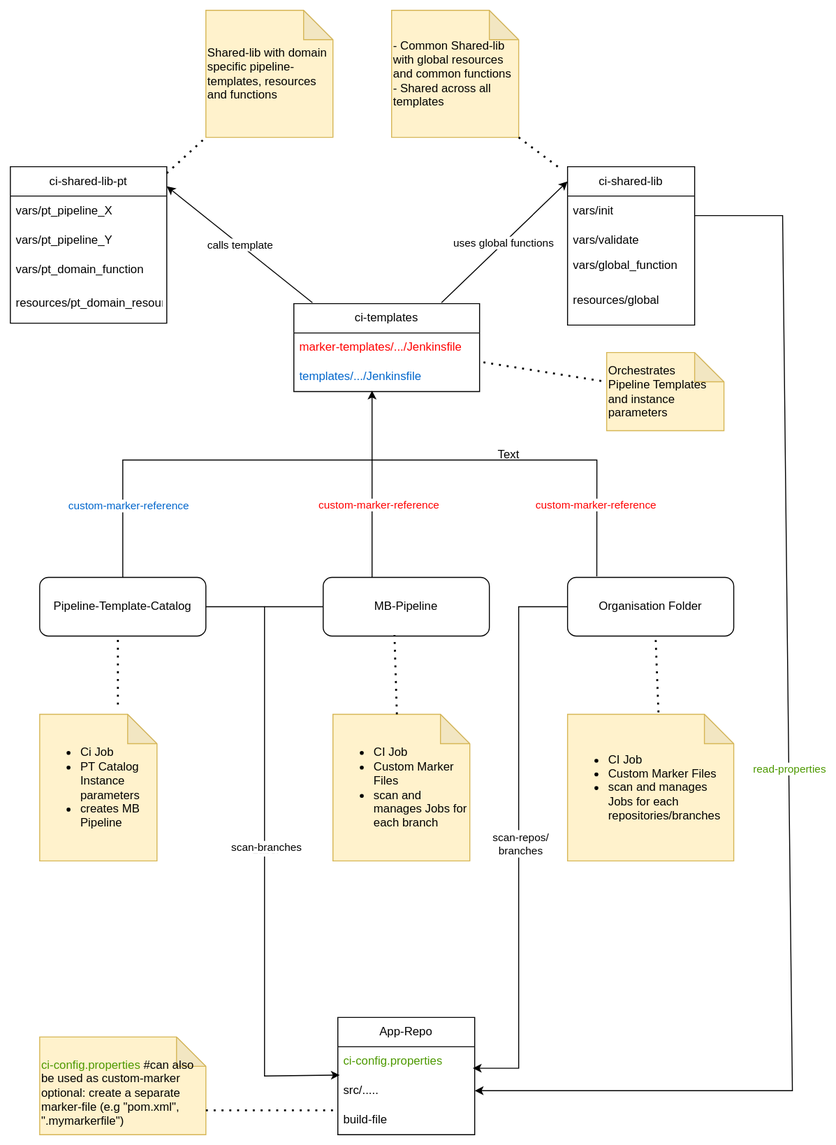
Above: images/CI-Component-diagram.svg in cb-ci-templates/ci-templates (draw.io), before the change. Source tidied: cells renumbered, new cells last; positions are measured from the earlier drawing's top-left corner, leaving out a move shared by most shapes.
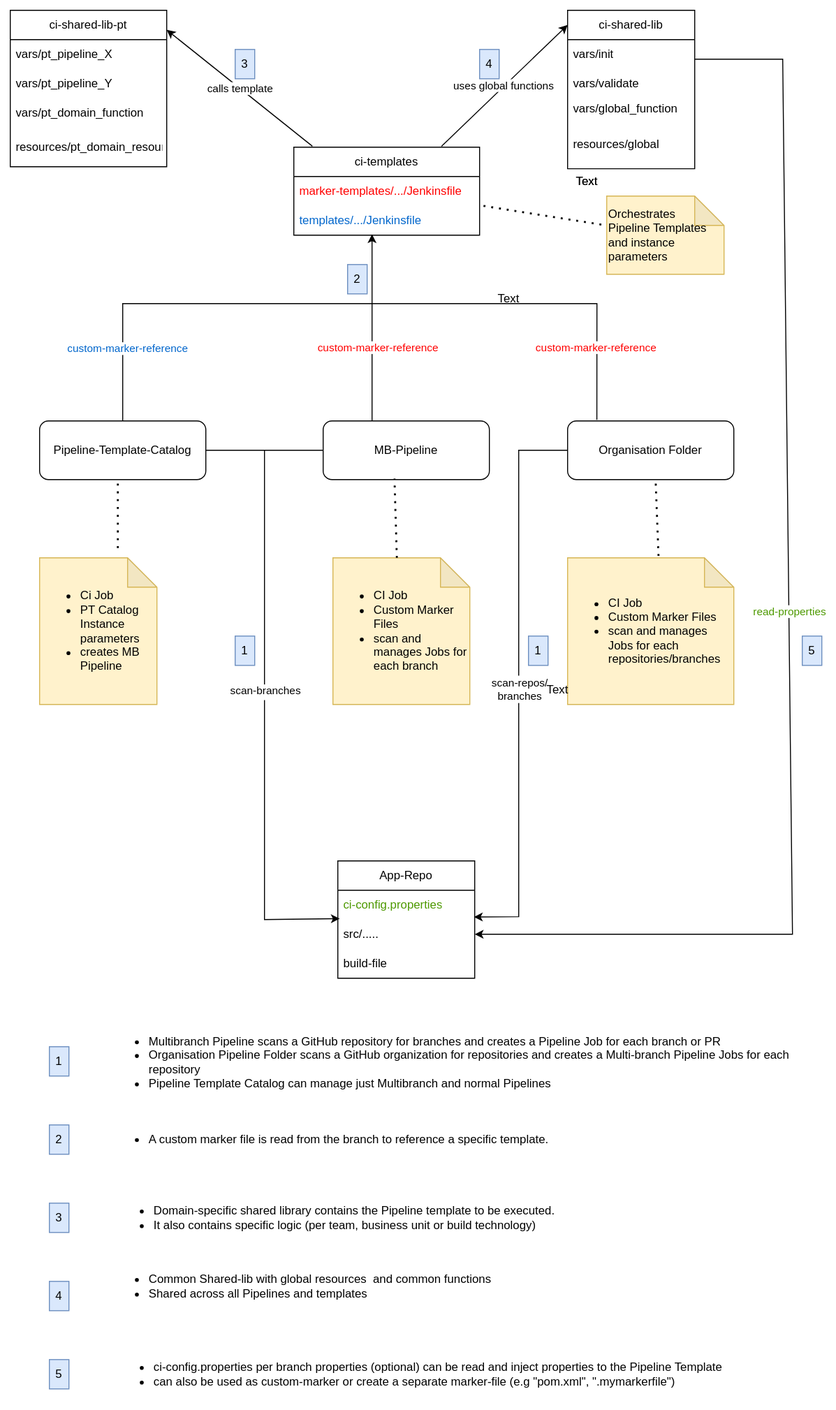
After the change.

Diff of the diagram source:
```diff
@@ -146,11 +146,11 @@
         <mxPoint x="320" y="610" as="targetPoint" />
       </mxGeometry>
     </mxCell>
-    <mxCell id="40" style="endArrow=classic;html=1;rounded=0;exitX=0;exitY=0.5;exitDx=0;exitDy=0;entryX=0.986;entryY=0.733;entryDx=0;entryDy=0;entryPerimeter=0;" parent="1" edge="1" source="4" target="31">
+    <mxCell id="40" style="endArrow=classic;html=1;rounded=0;exitX=0;exitY=0.5;exitDx=0;exitDy=0;entryX=0.994;entryY=-0.09;entryDx=0;entryDy=0;entryPerimeter=0;" parent="1" edge="1" source="4" target="32">
       <mxGeometry relative="1" as="geometry">
         <Array as="points">
           <mxPoint x="520" y="610" />
-          <mxPoint x="520" y="1082" />
+          <mxPoint x="520" y="1087" />
         </Array>
       </mxGeometry>
     </mxCell>
@@ -162,15 +162,6 @@
         <mxPoint y="11" as="offset" />
       </mxGeometry>
     </mxCell>
-    <mxCell id="43" value="&lt;br&gt;&lt;font color=&quot;#4d9900&quot;&gt;ci-config.properties&lt;/font&gt; #can also be used as custom-marker&amp;nbsp;&lt;br&gt;optional: create a separate marker-file (e.g &quot;pom.xml&quot;, &quot;.mymarkerfile&quot;)&amp;nbsp;" style="shape=note;whiteSpace=wrap;html=1;backgroundOutline=1;darkOpacity=0.05;align=left;fillColor=#fff2cc;strokeColor=#d6b656;" parent="1" vertex="1">
-      <mxGeometry x="30" y="1050" width="170" height="100" as="geometry" />
-    </mxCell>
-    <mxCell id="44" style="endArrow=none;dashed=1;html=1;dashPattern=1 3;strokeWidth=2;rounded=0;" parent="1" edge="1">
-      <mxGeometry relative="1" as="geometry">
-        <mxPoint x="200" y="1125" as="sourcePoint" />
-        <mxPoint x="330" y="1125" as="targetPoint" />
-      </mxGeometry>
-    </mxCell>
     <mxCell id="45" style="endArrow=none;html=1;rounded=0;exitX=0.5;exitY=0;exitDx=0;exitDy=0;" parent="1" edge="1" source="2">
       <mxGeometry relative="1" as="geometry">
         <mxPoint x="370" y="460" as="targetPoint" />
@@ -204,22 +195,65 @@
     <mxCell id="51" style="edgeStyle=orthogonalEdgeStyle;rounded=0;orthogonalLoop=1;jettySize=auto;html=1;exitX=0.5;exitY=1;exitDx=0;exitDy=0;exitPerimeter=0;" parent="1" edge="1" source="24" target="24">
       <mxGeometry relative="1" as="geometry" />
     </mxCell>
-    <mxCell id="52" value="Shared-lib with domain specific pipeline-templates, resources&amp;nbsp; and functions&amp;nbsp;" style="shape=note;whiteSpace=wrap;html=1;backgroundOutline=1;darkOpacity=0.05;align=left;fillColor=#fff2cc;strokeColor=#d6b656;" parent="1" vertex="1">
-      <mxGeometry x="200" width="130" height="130" as="geometry" />
-    </mxCell>
-    <mxCell id="53" value="- Common Shared-lib with global resources&amp;nbsp; and common functions&lt;div&gt;- Shared across all templates&amp;nbsp;&lt;/div&gt;" style="shape=note;whiteSpace=wrap;html=1;backgroundOutline=1;darkOpacity=0.05;align=left;fillColor=#fff2cc;strokeColor=#d6b656;" parent="1" vertex="1">
-      <mxGeometry x="390" width="130" height="130" as="geometry" />
-    </mxCell>
-    <mxCell id="54" style="endArrow=none;dashed=1;html=1;dashPattern=1 3;strokeWidth=2;rounded=0;entryX=0;entryY=1;entryDx=0;entryDy=0;entryPerimeter=0;" parent="1" edge="1" source="11" target="52">
-      <mxGeometry relative="1" as="geometry" />
-    </mxCell>
     <mxCell id="55" value="Text" style="text;html=1;align=center;verticalAlign=middle;whiteSpace=wrap;rounded=0;" parent="1" vertex="1">
       <mxGeometry x="480" y="440" width="60" height="30" as="geometry" />
     </mxCell>
-    <mxCell id="56" style="endArrow=none;dashed=1;html=1;dashPattern=1 3;strokeWidth=2;rounded=0;exitX=1;exitY=1;exitDx=0;exitDy=0;exitPerimeter=0;" parent="1" edge="1" source="53">
-      <mxGeometry relative="1" as="geometry">
-        <mxPoint x="560" y="160" as="targetPoint" />
-      </mxGeometry>
-    </mxCell>
+    <mxCell id="57" value="Text" style="text;html=1;align=center;verticalAlign=middle;whiteSpace=wrap;rounded=0;" parent="1" vertex="1">
+      <mxGeometry x="560" y="320" width="60" height="30" as="geometry" />
+    </mxCell>
+    <mxCell id="58" value="Text" style="text;html=1;align=center;verticalAlign=middle;whiteSpace=wrap;rounded=0;" parent="1" vertex="1">
+      <mxGeometry x="560" y="320" width="60" height="30" as="geometry" />
+    </mxCell>
+    <mxCell id="59" value="&lt;p&gt;1&lt;/p&gt;" style="text;html=1;align=center;verticalAlign=middle;whiteSpace=wrap;rounded=0;fillColor=#dae8fc;strokeColor=#6c8ebf;" parent="1" vertex="1">
+      <mxGeometry x="230" y="800" width="20" height="30" as="geometry" />
+    </mxCell>
+    <mxCell id="60" value="&lt;p&gt;2&lt;/p&gt;" style="text;html=1;align=center;verticalAlign=middle;whiteSpace=wrap;rounded=0;fillColor=#dae8fc;strokeColor=#6c8ebf;" parent="1" vertex="1">
+      <mxGeometry x="345" y="420" width="20" height="30" as="geometry" />
+    </mxCell>
+    <mxCell id="61" value="&lt;p&gt;3&lt;/p&gt;" style="text;html=1;align=center;verticalAlign=middle;whiteSpace=wrap;rounded=0;fillColor=#dae8fc;strokeColor=#6c8ebf;" parent="1" vertex="1">
+      <mxGeometry x="230" y="200" width="20" height="30" as="geometry" />
+    </mxCell>
+    <mxCell id="62" value="&lt;p&gt;4&lt;/p&gt;" style="text;html=1;align=center;verticalAlign=middle;whiteSpace=wrap;rounded=0;fillColor=#dae8fc;strokeColor=#6c8ebf;" parent="1" vertex="1">
+      <mxGeometry x="480" y="200" width="20" height="30" as="geometry" />
+    </mxCell>
+    <mxCell id="63" value="&lt;p&gt;1&lt;/p&gt;" style="text;html=1;align=center;verticalAlign=middle;whiteSpace=wrap;rounded=0;fillColor=#dae8fc;strokeColor=#6c8ebf;" parent="1" vertex="1">
+      <mxGeometry x="530" y="800" width="20" height="30" as="geometry" />
+    </mxCell>
+    <mxCell id="64" value="&lt;p&gt;5&lt;/p&gt;" style="text;html=1;align=center;verticalAlign=middle;whiteSpace=wrap;rounded=0;fillColor=#dae8fc;strokeColor=#6c8ebf;" parent="1" vertex="1">
+      <mxGeometry x="810" y="800" width="20" height="30" as="geometry" />
+    </mxCell>
+    <mxCell id="65" value="&lt;p&gt;1&lt;/p&gt;" style="text;html=1;align=center;verticalAlign=middle;whiteSpace=wrap;rounded=0;fillColor=#dae8fc;strokeColor=#6c8ebf;" parent="1" vertex="1">
+      <mxGeometry x="40" y="1220" width="20" height="30" as="geometry" />
+    </mxCell>
+    <mxCell id="66" value="&lt;p&gt;2&lt;/p&gt;" style="text;html=1;align=center;verticalAlign=middle;whiteSpace=wrap;rounded=0;fillColor=#dae8fc;strokeColor=#6c8ebf;" parent="1" vertex="1">
+      <mxGeometry x="40" y="1300" width="20" height="30" as="geometry" />
+    </mxCell>
+    <mxCell id="67" value="&lt;p&gt;3&lt;/p&gt;" style="text;html=1;align=center;verticalAlign=middle;whiteSpace=wrap;rounded=0;fillColor=#dae8fc;strokeColor=#6c8ebf;" parent="1" vertex="1">
+      <mxGeometry x="40" y="1380" width="20" height="30" as="geometry" />
+    </mxCell>
+    <mxCell id="68" value="&lt;p&gt;4&lt;/p&gt;" style="text;html=1;align=center;verticalAlign=middle;whiteSpace=wrap;rounded=0;fillColor=#dae8fc;strokeColor=#6c8ebf;" parent="1" vertex="1">
+      <mxGeometry x="40" y="1460" width="20" height="30" as="geometry" />
+    </mxCell>
+    <mxCell id="69" value="Text" style="text;html=1;align=center;verticalAlign=middle;whiteSpace=wrap;rounded=0;" parent="1" vertex="1">
+      <mxGeometry x="530" y="840" width="60" height="30" as="geometry" />
+    </mxCell>
+    <mxCell id="70" value="&lt;ul&gt;&lt;li&gt;Multibranch Pipeline scans a GitHub repository for branches and creates a Pipeline Job for each branch or PR&lt;/li&gt;&lt;li&gt;Organisation Pipeline Folder scans a GitHub organization for repositories and creates a Multi-branch Pipeline Jobs for each repository&lt;/li&gt;&lt;li&gt;Pipeline Template Catalog can manage just Multibranch and normal Pipelines&amp;nbsp;&lt;/li&gt;&lt;/ul&gt;" style="text;html=1;align=left;verticalAlign=middle;whiteSpace=wrap;rounded=0;" parent="1" vertex="1">
+      <mxGeometry x="100" y="1221" width="700" height="30" as="geometry" />
+    </mxCell>
+    <mxCell id="71" value="&lt;ul&gt;&lt;li&gt;A custom marker file is read from the branch to reference a specific template.&lt;/li&gt;&lt;/ul&gt;" style="text;html=1;align=left;verticalAlign=middle;whiteSpace=wrap;rounded=0;" parent="1" vertex="1">
+      <mxGeometry x="100" y="1300" width="700" height="30" as="geometry" />
+    </mxCell>
+    <mxCell id="72" value="&lt;ul&gt;&lt;li&gt;Domain-specific shared library contains the Pipeline template to be executed.&amp;nbsp;&lt;/li&gt;&lt;li&gt;It also contains specific logic (per team, business unit or build technology)&amp;nbsp;&lt;/li&gt;&lt;/ul&gt;" style="text;html=1;align=left;verticalAlign=middle;whiteSpace=wrap;rounded=0;" parent="1" vertex="1">
+      <mxGeometry x="105" y="1380" width="700" height="30" as="geometry" />
+    </mxCell>
+    <mxCell id="73" value="&lt;p&gt;5&lt;/p&gt;" style="text;html=1;align=center;verticalAlign=middle;whiteSpace=wrap;rounded=0;fillColor=#dae8fc;strokeColor=#6c8ebf;" parent="1" vertex="1">
+      <mxGeometry x="40" y="1540" width="20" height="30" as="geometry" />
+    </mxCell>
+    <mxCell id="74" value="&lt;ul&gt;&lt;li&gt;Common Shared-lib with global resources&amp;nbsp; and common functions&lt;/li&gt;&lt;li&gt;Shared across all Pipelines and templates&lt;/li&gt;&lt;/ul&gt;" style="text;html=1;align=left;verticalAlign=middle;whiteSpace=wrap;rounded=0;" parent="1" vertex="1">
+      <mxGeometry x="100" y="1450" width="700" height="30" as="geometry" />
+    </mxCell>
+    <mxCell id="75" value="&lt;ul&gt;&lt;li&gt;ci-config.properties per branch properties (optional) can be read and inject properties to the Pipeline Template&lt;/li&gt;&lt;li&gt;can also be used as custom-marker or create a separate marker-file (e.g &quot;pom.xml&quot;, &quot;.mymarkerfile&quot;)&amp;nbsp;&lt;/li&gt;&lt;/ul&gt;" style="text;html=1;align=left;verticalAlign=middle;whiteSpace=wrap;rounded=0;" parent="1" vertex="1">
+      <mxGeometry x="105" y="1540" width="700" height="30" as="geometry" />
+    </mxCell>
   </root>
 </mxGraphModel>
```
